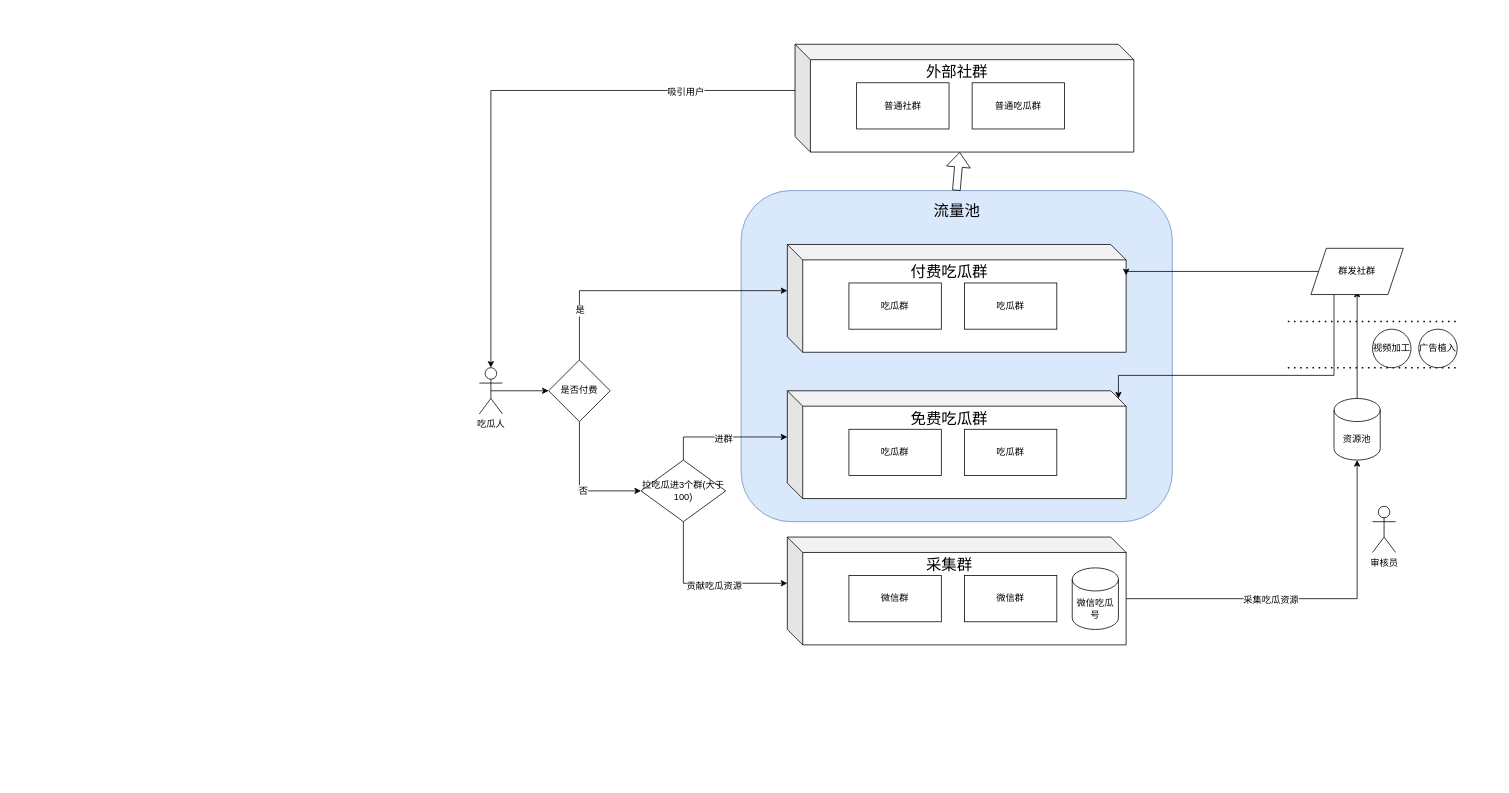
This is Untitled Diagram.drawio from dyyz1993/ABC, a draw.io file, before an edit. Source tidied: cells renumbered, new cells numbered last; positions are measured from the earlier drawing's top-left corner, leaving out a move shared by most shapes. Both pictures are drawn from the tidied source at 77%, with x=0, y=0 at pixel (479, 44).
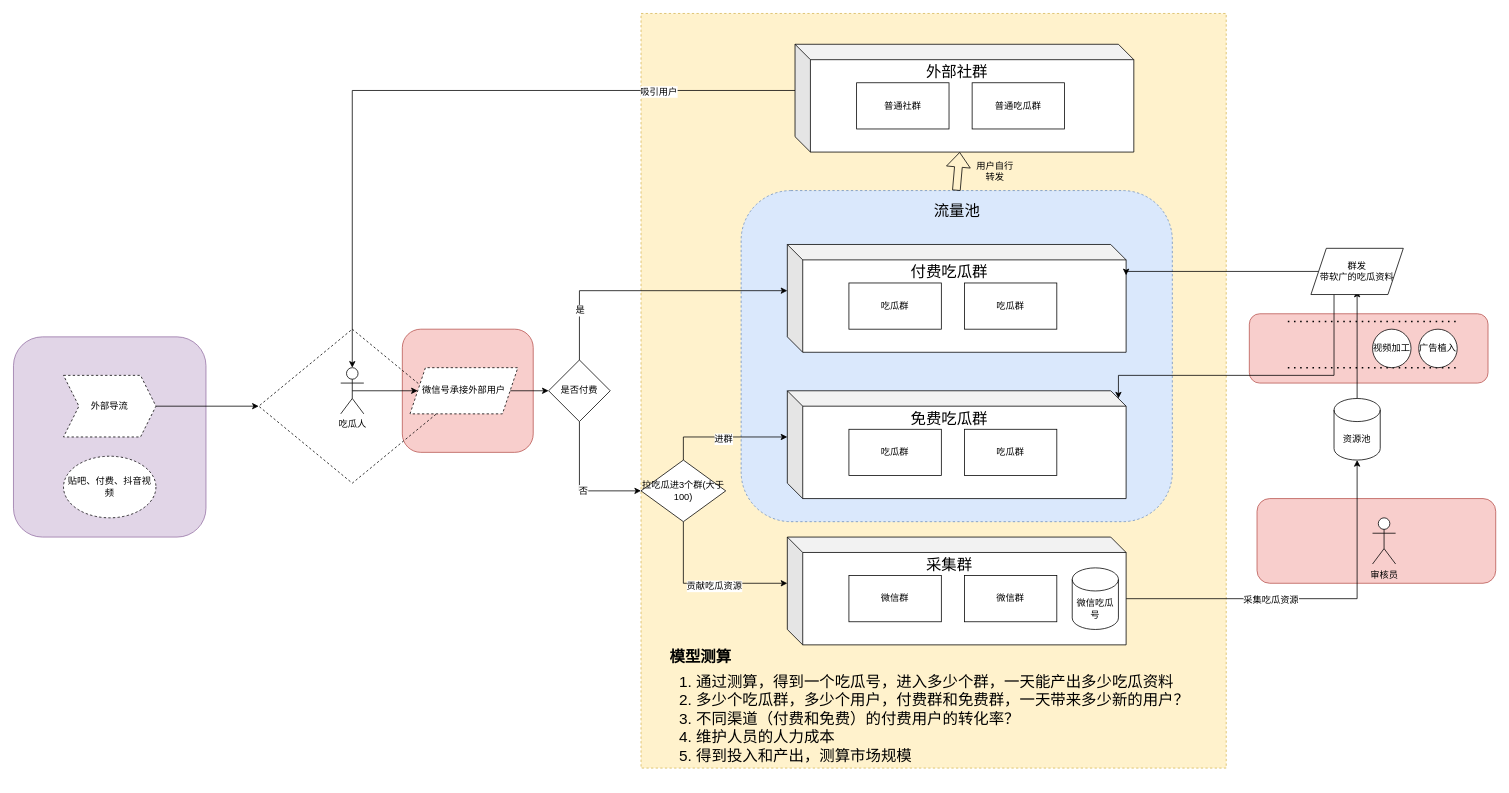
The same page after the edit.

The change refers to these unchanged cells:
```xml
<mxCell id="39" value="是否付费" style="rhombus;whiteSpace=wrap;html=1;fontSize=12;" parent="1" vertex="1">
  <mxGeometry x="90" y="410" width="80" height="80" as="geometry" />
</mxCell>
```

Change to the diagram source:
```diff
@@
+    <mxCell id="48" style="rounded=0;whiteSpace=wrap;html=1;dashed=1;fontSize=12;fillColor=#fff2cc;strokeColor=#d6b656;" parent="1" vertex="1">
+      <mxGeometry x="210" y="-40" width="760" height="980" as="geometry" />
+    </mxCell>
+    <mxCell id="49" style="rounded=1;whiteSpace=wrap;html=1;fontSize=12;fillColor=#e1d5e7;strokeColor=#9673a6;" parent="1" vertex="1">
+      <mxGeometry x="-605" y="380" width="250" height="260" as="geometry" />
+    </mxCell>
+    <mxCell id="50" style="rounded=1;whiteSpace=wrap;html=1;fontSize=12;fillColor=#f8cecc;strokeColor=#b85450;" parent="1" vertex="1">
+      <mxGeometry x="-100" y="370" width="170" height="160" as="geometry" />
+    </mxCell>
+    <mxCell id="51" style="rhombus;whiteSpace=wrap;html=1;dashed=1;fontSize=12;fillColor=none;" parent="1" vertex="1">
+      <mxGeometry x="-286.5" y="370" width="243" height="200" as="geometry" />
+    </mxCell>
+    <mxCell id="52" style="rounded=1;whiteSpace=wrap;html=1;fontSize=12;fillColor=#f8cecc;strokeColor=#b85450;" parent="1" vertex="1">
+      <mxGeometry x="1010" y="590" width="310" height="110" as="geometry" />
+    </mxCell>
+    <mxCell id="53" style="rounded=1;whiteSpace=wrap;html=1;fontSize=12;fillColor=#f8cecc;strokeColor=#b85450;" parent="1" vertex="1">
+      <mxGeometry x="1000" y="350" width="310" height="90" as="geometry" />
+    </mxCell>
-    <mxCell id="2" style="rounded=1;whiteSpace=wrap;html=1;fontSize=12;fillColor=#dae8fc;strokeColor=#6c8ebf;" parent="1" vertex="1">
+    <mxCell id="2" style="rounded=1;whiteSpace=wrap;html=1;fontSize=12;fillColor=#dae8fc;strokeColor=#6c8ebf;dashed=1;" parent="1" vertex="1">
       <mxGeometry x="340" y="190" width="560" height="430" as="geometry" />
     </mxCell>
@@
-    <mxCell id="14" style="edgeStyle=orthogonalEdgeStyle;rounded=0;jettySize=auto;html=1;exitX=0.5;exitY=0.5;exitDx=0;exitDy=0;exitPerimeter=0;entryX=0;entryY=0.5;entryDx=0;entryDy=0;fontSize=12;" parent="1" edge="1" source="15" target="39">
-      <mxGeometry relative="1" as="geometry" />
-    </mxCell>
+    <mxCell id="54" style="edgeStyle=orthogonalEdgeStyle;rounded=0;jettySize=auto;html=1;exitX=0.5;exitY=0.5;exitDx=0;exitDy=0;exitPerimeter=0;entryX=0;entryY=0.5;entryDx=0;entryDy=0;fontSize=12;" parent="1" edge="1" source="15" target="56">
+      <mxGeometry relative="1" as="geometry" />
+    </mxCell>
     <mxCell id="15" value="吃瓜人" style="shape=umlActor;verticalLabelPosition=bottom;verticalAlign=top;html=1;outlineConnect=0;" parent="1" vertex="1">
-      <mxGeometry y="420" width="30" height="60" as="geometry" />
+      <mxGeometry x="-180" y="420" width="30" height="60" as="geometry" />
     </mxCell>
@@
     <mxCell id="27" value="审核员" style="shape=umlActor;verticalLabelPosition=bottom;verticalAlign=top;html=1;fontSize=12;" parent="1" vertex="1">
-      <mxGeometry x="1160" y="600" width="30" height="60" as="geometry" />
+      <mxGeometry x="1160" y="615" width="30" height="60" as="geometry" />
     </mxCell>
@@
-    <mxCell id="30" value="群发社群" style="shape=parallelogram;perimeter=parallelogramPerimeter;whiteSpace=wrap;html=1;fixedSize=1;fontSize=12;" parent="1" vertex="1">
+    <mxCell id="30" value="群发&lt;br&gt;带软广的吃瓜资料" style="shape=parallelogram;perimeter=parallelogramPerimeter;whiteSpace=wrap;html=1;fixedSize=1;fontSize=12;" parent="1" vertex="1">
       <mxGeometry x="1080" y="265" width="120" height="60" as="geometry" />
     </mxCell>
@@
+    <mxCell id="55" style="edgeStyle=orthogonalEdgeStyle;rounded=0;jettySize=auto;html=1;exitX=1;exitY=0.5;exitDx=0;exitDy=0;fontSize=12;" parent="1" edge="1" source="56" target="39">
+      <mxGeometry relative="1" as="geometry" />
+    </mxCell>
+    <mxCell id="56" value="微信号承接外部用户" style="shape=parallelogram;perimeter=parallelogramPerimeter;whiteSpace=wrap;html=1;fixedSize=1;dashed=1;fontSize=12;fillColor=default;" parent="1" vertex="1">
+      <mxGeometry x="-90" y="420" width="140" height="60" as="geometry" />
+    </mxCell>
+    <mxCell id="57" style="edgeStyle=orthogonalEdgeStyle;rounded=0;jettySize=auto;html=1;exitX=1;exitY=0.5;exitDx=0;exitDy=0;fontSize=12;" parent="1" edge="1" source="58" target="51">
+      <mxGeometry relative="1" as="geometry" />
+    </mxCell>
+    <mxCell id="58" value="外部导流" style="shape=step;perimeter=stepPerimeter;whiteSpace=wrap;html=1;fixedSize=1;dashed=1;fontSize=12;fillColor=default;" parent="1" vertex="1">
+      <mxGeometry x="-540" y="430" width="120" height="80" as="geometry" />
+    </mxCell>
+    <mxCell id="59" value="贴吧、付费、抖音视频" style="ellipse;whiteSpace=wrap;html=1;dashed=1;fontSize=12;fillColor=default;" parent="1" vertex="1">
+      <mxGeometry x="-540" y="535" width="120" height="80" as="geometry" />
+    </mxCell>
+    <mxCell id="60" value="用户自行转发" style="text;html=1;strokeColor=none;fillColor=none;align=center;verticalAlign=middle;whiteSpace=wrap;rounded=0;dashed=1;fontSize=12;" parent="1" vertex="1">
+      <mxGeometry x="640" y="150" width="60" height="30" as="geometry" />
+    </mxCell>
+    <mxCell id="61" value="&lt;ol&gt;&lt;li&gt;通过测算，得到一个吃瓜号，进入多少个群，一天能产出多少吃瓜资料&lt;/li&gt;&lt;li&gt;多少个吃瓜群，多少个用户，付费群和免费群，一天带来多少新的用户？&lt;/li&gt;&lt;li&gt;不同渠道（付费和免费）的付费用户的转化率？&lt;br&gt;&lt;/li&gt;&lt;li&gt;维护人员的人力成本&lt;/li&gt;&lt;li&gt;得到投入和产出，测算市场规模&lt;/li&gt;&lt;/ol&gt;" style="text;html=1;strokeColor=none;fillColor=none;align=left;verticalAlign=middle;whiteSpace=wrap;rounded=0;dashed=1;fontSize=20;" parent="1" vertex="1">
+      <mxGeometry x="240" y="830" width="700" height="90" as="geometry" />
+    </mxCell>
+    <mxCell id="62" value="&lt;b&gt;模型测算&lt;/b&gt;" style="text;html=1;strokeColor=none;fillColor=none;align=center;verticalAlign=middle;whiteSpace=wrap;rounded=0;dashed=1;fontSize=20;" parent="1" vertex="1">
+      <mxGeometry x="235" y="780" width="105" height="30" as="geometry" />
+    </mxCell>
```
